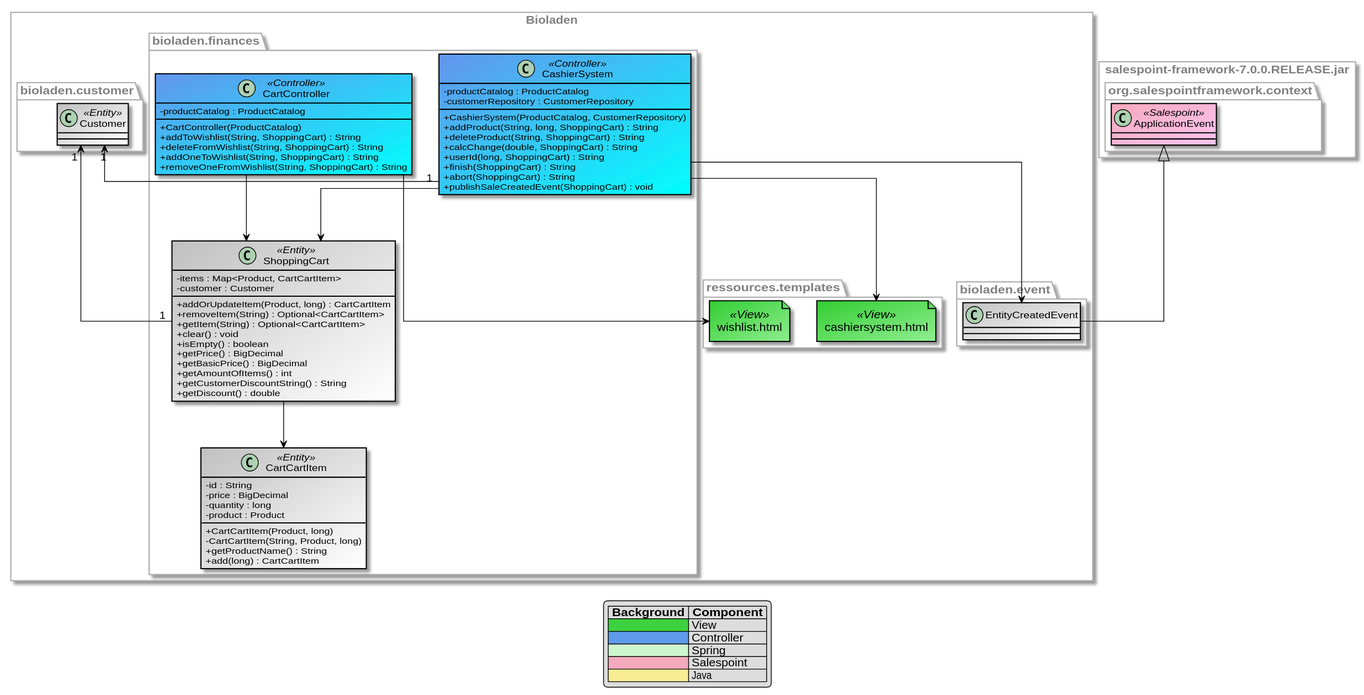
Above: src/main/asciidoc/models/design/DesignFinancesDepartment.svg in LimitlessGreen/swt18w43 (PlantUML), before the change.
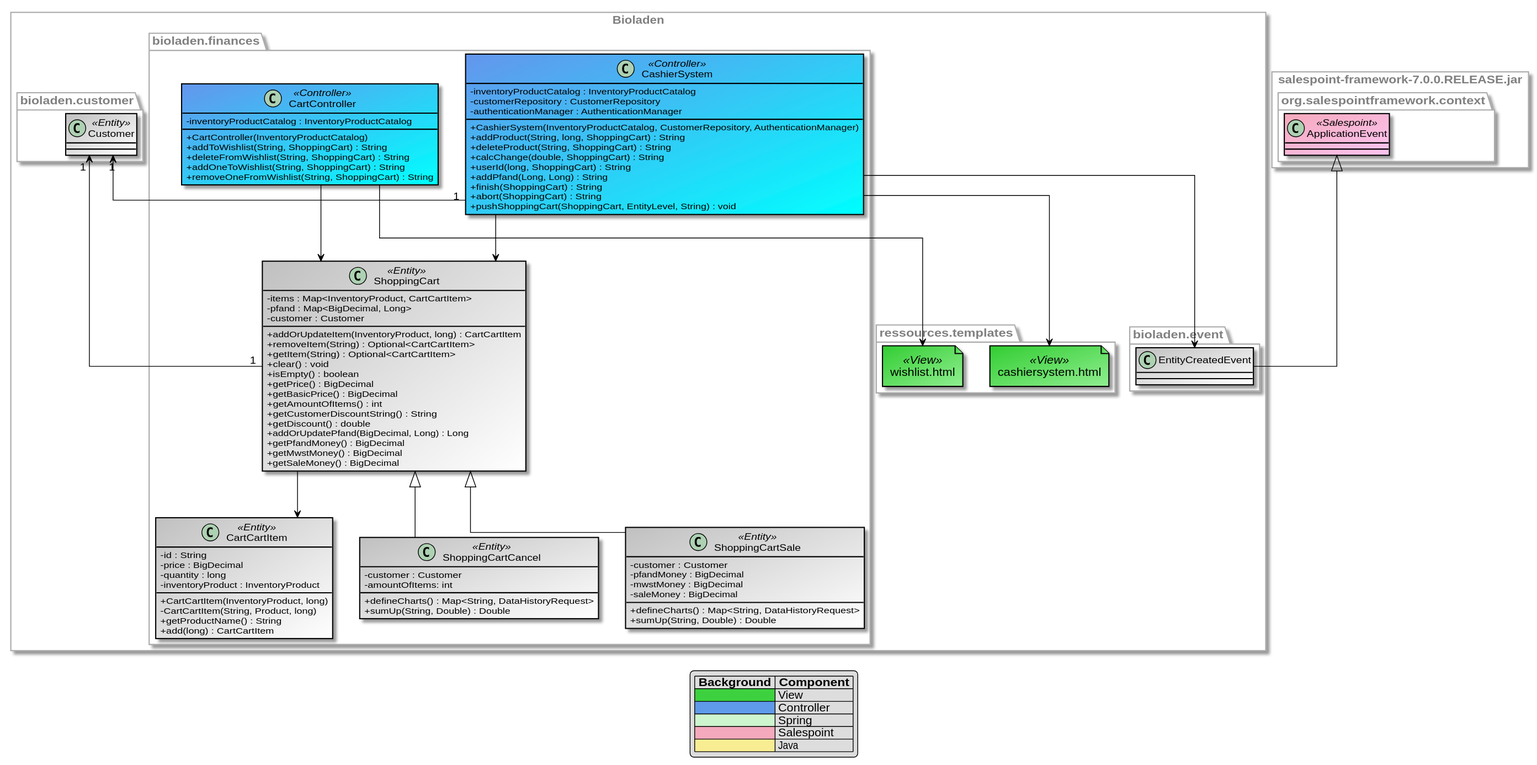
The same file after the commit.

Commit message:
[Design] rendered Diagram...

The edit, as a diff of the source:
```diff
@@ -36,23 +36,25 @@
     namespace bioladen.finances {
 
         class CashierSystem <<Controller>> {
-            -productCatalog : ProductCatalog
+            -inventoryProductCatalog : InventoryProductCatalog
             -customerRepository : CustomerRepository
+            -authenticationManager : AuthenticationManager
 
-            +CashierSystem(ProductCatalog, CustomerRepository)
+            +CashierSystem(InventoryProductCatalog, CustomerRepository, AuthenticationManager)
             +addProduct(String, long, ShoppingCart) : String
             +deleteProduct(String, ShoppingCart) : String
             +calcChange(double, ShoppingCart) : String
             +userId(long, ShoppingCart) : String
+            +addPfand(Long, Long) : String
             +finish(ShoppingCart) : String
             +abort(ShoppingCart) : String
-            +publishSaleCreatedEvent(ShoppingCart) : void
+            +pushShoppingCart(ShoppingCart, EntityLevel, String) : void
         }
 
         class CartController <<Controller>> {
-            -productCatalog : ProductCatalog
+            -inventoryProductCatalog : InventoryProductCatalog
 
-            +CartController(ProductCatalog)
+            +CartController(InventoryProductCatalog)
             +addToWishlist(String, ShoppingCart) : String
             +deleteFromWishlist(String, ShoppingCart) : String
             +addOneToWishlist(String, ShoppingCart) : String
@@ -60,10 +62,11 @@
         }
 
         class ShoppingCart <<Entity>> {
-            -items : Map<Product, CartCartItem>
+            -items : Map<InventoryProduct, CartCartItem>
+            -pfand : Map<BigDecimal, Long>
             -customer : Customer
 
-            +addOrUpdateItem(Product, long) : CartCartItem
+            +addOrUpdateItem(InventoryProduct, long) : CartCartItem
             +removeItem(String) : Optional<CartCartItem>
             +getItem(String) : Optional<CartCartItem>
             +clear() : void
@@ -73,18 +76,40 @@
             +getAmountOfItems() : int
             +getCustomerDiscountString() : String
             +getDiscount() : double
+            +addOrUpdatePfand(BigDecimal, Long) : Long
+            +getPfandMoney() : BigDecimal
+            +getMwstMoney() : BigDecimal
+            +getSaleMoney() : BigDecimal
         }
 
         class CartCartItem <<Entity>> {
-        -id : String
-        -price : BigDecimal
-        -quantity : long
-        -product : Product
+            -id : String
+            -price : BigDecimal
+            -quantity : long
+            -inventoryProduct : InventoryProduct
 
-        +CartCartItem(Product, long)
-        -CartCartItem(String, Product, long)
-        +getProductName() : String
-        +add(long) : CartCartItem
+            +CartCartItem(InventoryProduct, long)
+            -CartCartItem(String, Product, long)
+            +getProductName() : String
+            +add(long) : CartCartItem
+        }
+
+        class ShoppingCartCancel <<Entity>> extends ShoppingCart {
+            -customer : Customer
+            -amountOfItems: int
+
+            +defineCharts() : Map<String, DataHistoryRequest>
+            +sumUp(String, Double) : Double
+        }
+
+        class ShoppingCartSale <<Entity>> extends ShoppingCart {
+            -customer : Customer
+            -pfandMoney : BigDecimal
+            -mwstMoney : BigDecimal
+            -saleMoney : BigDecimal
+
+            +defineCharts() : Map<String, DataHistoryRequest>
+            +sumUp(String, Double) : Double
         }
 
         CashierSystem --> ShoppingCart
```
